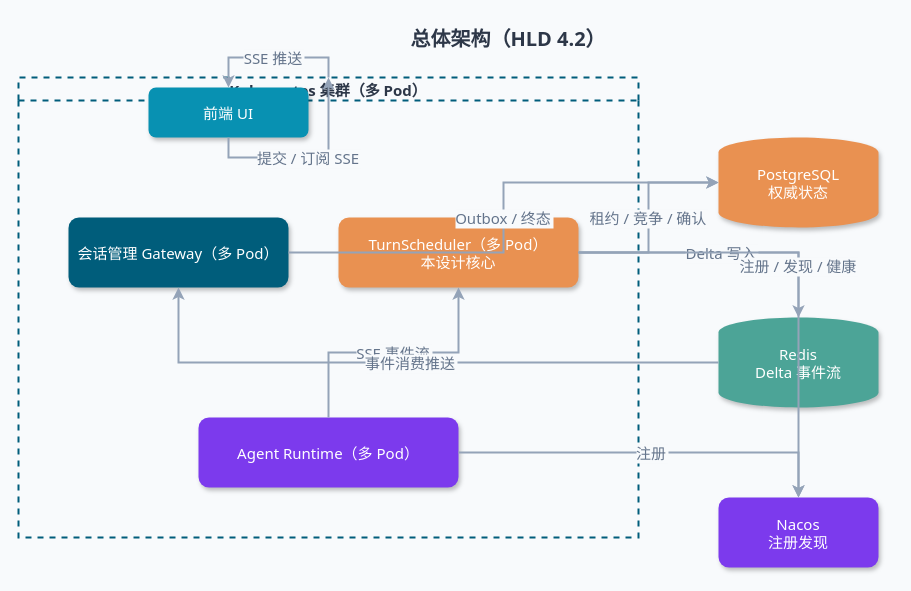
Before: page "architecture" (2 of 7) of design/diagrams/drawio/turn-scheduler-hld.drawio in JamesLi-NLP/AgentGateway, a draw.io diagram. Source tidied: cells renumbered, new cells numbered last; positions are measured from the earlier drawing's top-left corner, leaving out a move shared by most shapes. Both pictures are drawn from the tidied source at 100%, with x=0, y=0 at pixel (18, 17).
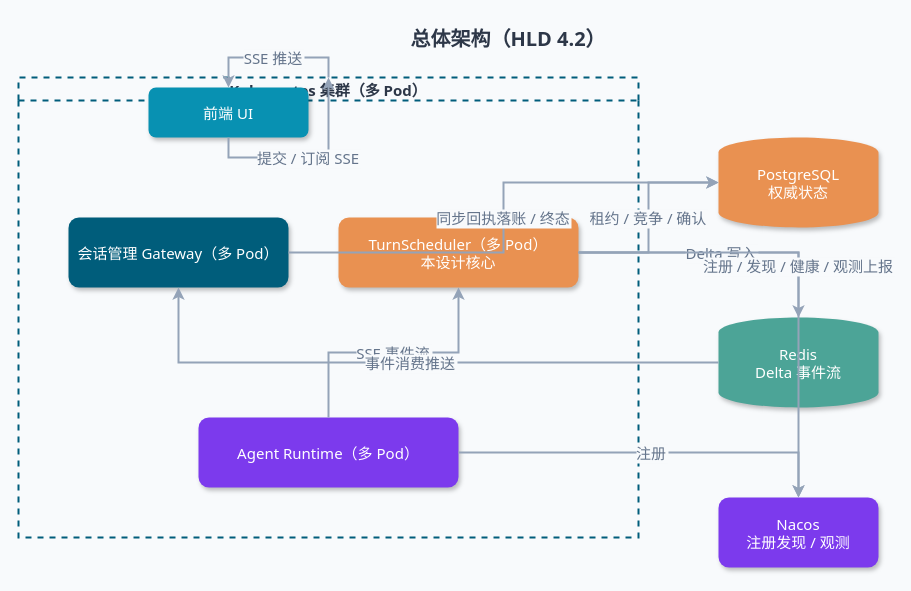
Above is the later version.

Diff of the diagram source:
```diff
@@
 <mxGraphModel background="#F8FAFC">
   <root>
     <mxCell id="0" />
     <mxCell id="1" parent="0" />
     <mxCell id="2" value="总体架构（HLD 4.2）" style="text;html=0;align=center;verticalAlign=middle;fontFamily=system-ui, -apple-system, PingFang SC, Microsoft YaHei, sans-serif;fontSize=20;fontStyle=1;fontColor=#2D3748;" parent="1" vertex="1">
       <mxGeometry x="320" width="340" height="40" as="geometry" />
     </mxCell>
     <mxCell id="3" value="Kubernetes 集群（多 Pod）" style="swimlane;whiteSpace=wrap;fillColor=none;strokeColor=#005D7B;dashed=1;strokeWidth=2;fontColor=#2D3748;fontFamily=system-ui, -apple-system, PingFang SC, Microsoft YaHei, sans-serif;fontSize=15;html=0;" parent="1" vertex="1">
       <mxGeometry y="60" width="620" height="460" as="geometry" />
     </mxCell>
     <mxCell id="4" value="会话管理 Gateway（多 Pod）" style="rounded=1;whiteSpace=wrap;fillColor=#005D7B;strokeColor=none;fontColor=#FFFFFF;fontFamily=system-ui, -apple-system, PingFang SC, Microsoft YaHei, sans-serif;fontSize=15;shadow=1;" parent="1" vertex="1">
       <mxGeometry x="50" y="200" width="220" height="70" as="geometry" />
     </mxCell>
     <mxCell id="5" value="TurnScheduler（多 Pod）&#10;本设计核心" style="rounded=1;whiteSpace=wrap;fillColor=#E99151;strokeColor=none;fontColor=#FFFFFF;fontFamily=system-ui, -apple-system, PingFang SC, Microsoft YaHei, sans-serif;fontSize=15;shadow=1;" parent="1" vertex="1">
       <mxGeometry x="320" y="200" width="240" height="70" as="geometry" />
     </mxCell>
     <mxCell id="6" value="Agent Runtime（多 Pod）" style="rounded=1;whiteSpace=wrap;fillColor=#7C3AED;strokeColor=none;fontColor=#FFFFFF;fontFamily=system-ui, -apple-system, PingFang SC, Microsoft YaHei, sans-serif;fontSize=15;shadow=1;" parent="1" vertex="1">
       <mxGeometry x="180" y="400" width="260" height="70" as="geometry" />
     </mxCell>
     <mxCell id="7" value="前端 UI" style="rounded=1;whiteSpace=wrap;fillColor=#0891B2;strokeColor=none;fontColor=#FFFFFF;fontFamily=system-ui, -apple-system, PingFang SC, Microsoft YaHei, sans-serif;fontSize=15;shadow=1;" parent="1" vertex="1">
       <mxGeometry x="130" y="70" width="160" height="50" as="geometry" />
     </mxCell>
     <mxCell id="8" value="PostgreSQL&#10;权威状态" style="shape=cylinder3;whiteSpace=wrap;fillColor=#E99151;strokeColor=none;fontColor=#FFFFFF;fontFamily=system-ui, -apple-system, PingFang SC, Microsoft YaHei, sans-serif;fontSize=15;shadow=1;" parent="1" vertex="1">
       <mxGeometry x="700" y="120" width="160" height="90" as="geometry" />
     </mxCell>
     <mxCell id="9" value="Redis&#10;Delta 事件流" style="shape=cylinder3;whiteSpace=wrap;fillColor=#4CA497;strokeColor=none;fontColor=#FFFFFF;fontFamily=system-ui, -apple-system, PingFang SC, Microsoft YaHei, sans-serif;fontSize=15;shadow=1;" parent="1" vertex="1">
       <mxGeometry x="700" y="300" width="160" height="90" as="geometry" />
     </mxCell>
-    <mxCell id="10" value="Nacos&#10;注册发现" style="rounded=1;whiteSpace=wrap;fillColor=#7C3AED;strokeColor=none;fontColor=#FFFFFF;fontFamily=system-ui, -apple-system, PingFang SC, Microsoft YaHei, sans-serif;fontSize=15;shadow=1;" parent="1" vertex="1">
+    <mxCell id="10" value="Nacos&#10;注册发现 / 观测" style="rounded=1;whiteSpace=wrap;fillColor=#7C3AED;strokeColor=none;fontColor=#FFFFFF;fontFamily=system-ui, -apple-system, PingFang SC, Microsoft YaHei, sans-serif;fontSize=15;shadow=1;" parent="1" vertex="1">
       <mxGeometry x="700" y="480" width="160" height="70" as="geometry" />
     </mxCell>
     <mxCell id="11" value="提交 / 订阅 SSE" style="edgeStyle=orthogonalEdgeStyle;rounded=0;jettySize=auto;strokeWidth=2;strokeColor=#94A3B8;labelBackgroundColor=#F8FAFC;fontFamily=system-ui, -apple-system, PingFang SC, Microsoft YaHei, sans-serif;fontSize=15;fontColor=#64748B;" parent="1" edge="1" source="7" target="3">
       <mxGeometry relative="1" as="geometry" />
     </mxCell>
-    <mxCell id="12" value="Outbox / 终态" style="edgeStyle=orthogonalEdgeStyle;rounded=0;jettySize=auto;strokeWidth=2;strokeColor=#94A3B8;labelBackgroundColor=#F8FAFC;fontFamily=system-ui, -apple-system, PingFang SC, Microsoft YaHei, sans-serif;fontSize=15;fontColor=#64748B;" parent="1" edge="1" source="4" target="8">
+    <mxCell id="12" value="同步回执落账 / 终态" style="edgeStyle=orthogonalEdgeStyle;rounded=0;jettySize=auto;strokeWidth=2;strokeColor=#94A3B8;labelBackgroundColor=#F8FAFC;fontFamily=system-ui, -apple-system, PingFang SC, Microsoft YaHei, sans-serif;fontSize=15;fontColor=#64748B;" parent="1" edge="1" source="4" target="8">
       <mxGeometry relative="1" as="geometry" />
     </mxCell>
     <mxCell id="13" value="租约 / 竞争 / 确认" style="edgeStyle=orthogonalEdgeStyle;rounded=0;jettySize=auto;strokeWidth=2;strokeColor=#94A3B8;labelBackgroundColor=#F8FAFC;fontFamily=system-ui, -apple-system, PingFang SC, Microsoft YaHei, sans-serif;fontSize=15;fontColor=#64748B;" parent="1" edge="1" source="5" target="8">
       <mxGeometry relative="1" as="geometry" />
     </mxCell>
     <mxCell id="14" value="Delta 写入" style="edgeStyle=orthogonalEdgeStyle;rounded=0;jettySize=auto;strokeWidth=2;strokeColor=#94A3B8;labelBackgroundColor=#F8FAFC;fontFamily=system-ui, -apple-system, PingFang SC, Microsoft YaHei, sans-serif;fontSize=15;fontColor=#64748B;" parent="1" edge="1" source="5" target="9">
       <mxGeometry relative="1" as="geometry" />
     </mxCell>
-    <mxCell id="15" value="注册 / 发现 / 健康" style="edgeStyle=orthogonalEdgeStyle;rounded=0;jettySize=auto;strokeWidth=2;strokeColor=#94A3B8;labelBackgroundColor=#F8FAFC;fontFamily=system-ui, -apple-system, PingFang SC, Microsoft YaHei, sans-serif;fontSize=15;fontColor=#64748B;" parent="1" edge="1" source="5" target="10">
+    <mxCell id="15" value="注册 / 发现 / 健康 / 观测上报" style="edgeStyle=orthogonalEdgeStyle;rounded=0;jettySize=auto;strokeWidth=2;strokeColor=#94A3B8;labelBackgroundColor=#F8FAFC;fontFamily=system-ui, -apple-system, PingFang SC, Microsoft YaHei, sans-serif;fontSize=15;fontColor=#64748B;" parent="1" edge="1" source="5" target="10">
       <mxGeometry relative="1" as="geometry" />
     </mxCell>
     <mxCell id="16" value="注册" style="edgeStyle=orthogonalEdgeStyle;rounded=0;jettySize=auto;strokeWidth=2;strokeColor=#94A3B8;labelBackgroundColor=#F8FAFC;fontFamily=system-ui, -apple-system, PingFang SC, Microsoft YaHei, sans-serif;fontSize=15;fontColor=#64748B;" parent="1" edge="1" source="6" target="10">
       <mxGeometry relative="1" as="geometry" />
     </mxCell>
     <mxCell id="17" value="SSE 事件流" style="edgeStyle=orthogonalEdgeStyle;rounded=0;jettySize=auto;strokeWidth=2;strokeColor=#94A3B8;labelBackgroundColor=#F8FAFC;fontFamily=system-ui, -apple-system, PingFang SC, Microsoft YaHei, sans-serif;fontSize=15;fontColor=#64748B;" parent="1" edge="1" source="6" target="5">
       <mxGeometry relative="1" as="geometry" />
     </mxCell>
     <mxCell id="18" value="事件消费推送" style="edgeStyle=orthogonalEdgeStyle;rounded=0;jettySize=auto;strokeWidth=2;strokeColor=#94A3B8;labelBackgroundColor=#F8FAFC;fontFamily=system-ui, -apple-system, PingFang SC, Microsoft YaHei, sans-serif;fontSize=15;fontColor=#64748B;" parent="1" edge="1" source="9" target="4">
       <mxGeometry relative="1" as="geometry" />
     </mxCell>
     <mxCell id="19" value="SSE 推送" style="edgeStyle=orthogonalEdgeStyle;rounded=0;jettySize=auto;strokeWidth=2;strokeColor=#94A3B8;labelBackgroundColor=#F8FAFC;fontFamily=system-ui, -apple-system, PingFang SC, Microsoft YaHei, sans-serif;fontSize=15;fontColor=#64748B;" parent="1" edge="1" source="3" target="7">
       <mxGeometry relative="1" as="geometry" />
     </mxCell>
   </root>
 </mxGraphModel>
```
